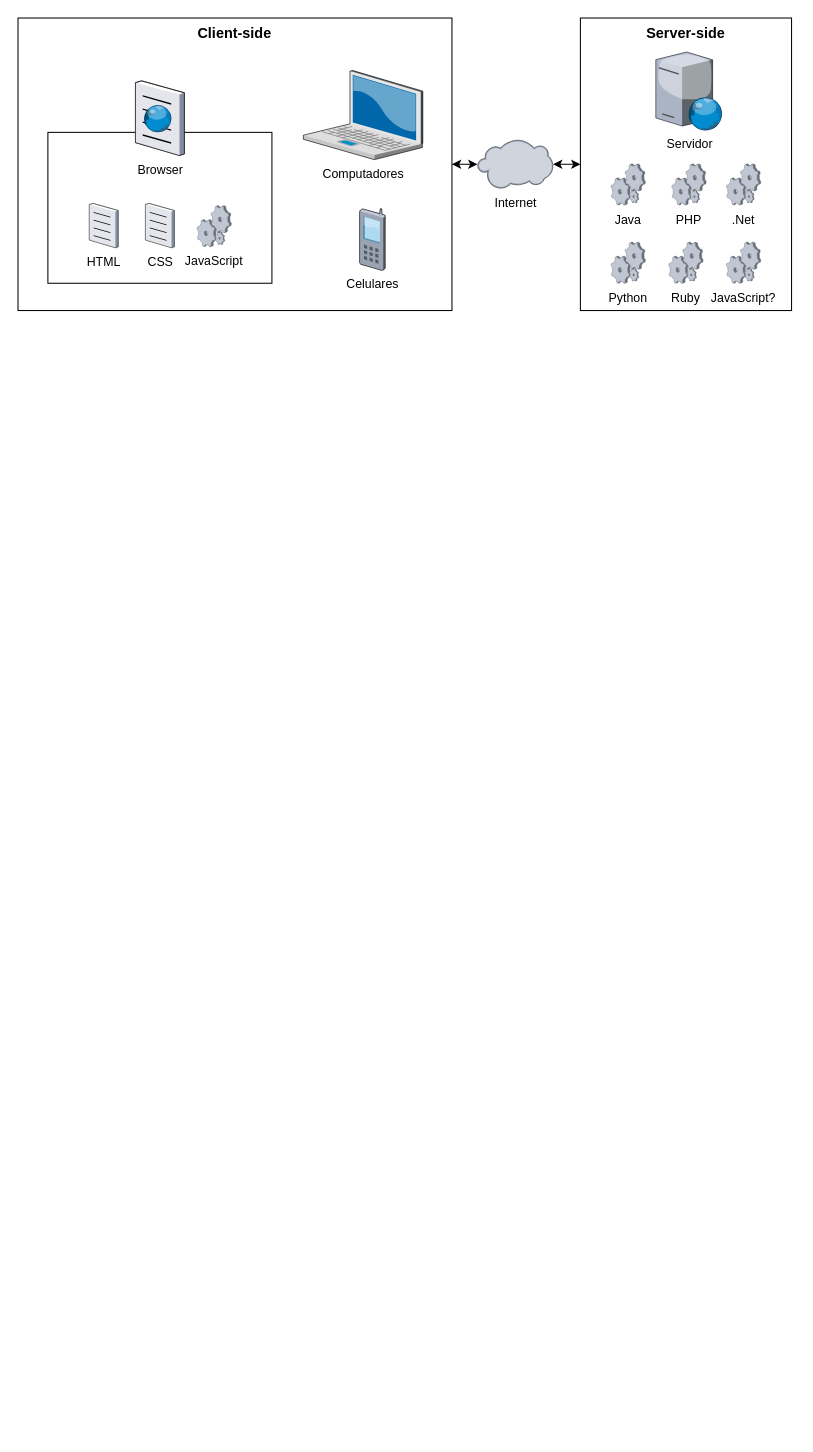
Earlier version of the draw.io diagram projeto/IFPR.drawio (lgapontes/ifpr). Source tidied: cells renumbered, new cells numbered last; positions are measured from the earlier drawing's top-left corner, leaving out a move shared by most shapes. Both pictures are drawn from the tidied source at 103%, with x=0, y=0 at pixel (18, 18).
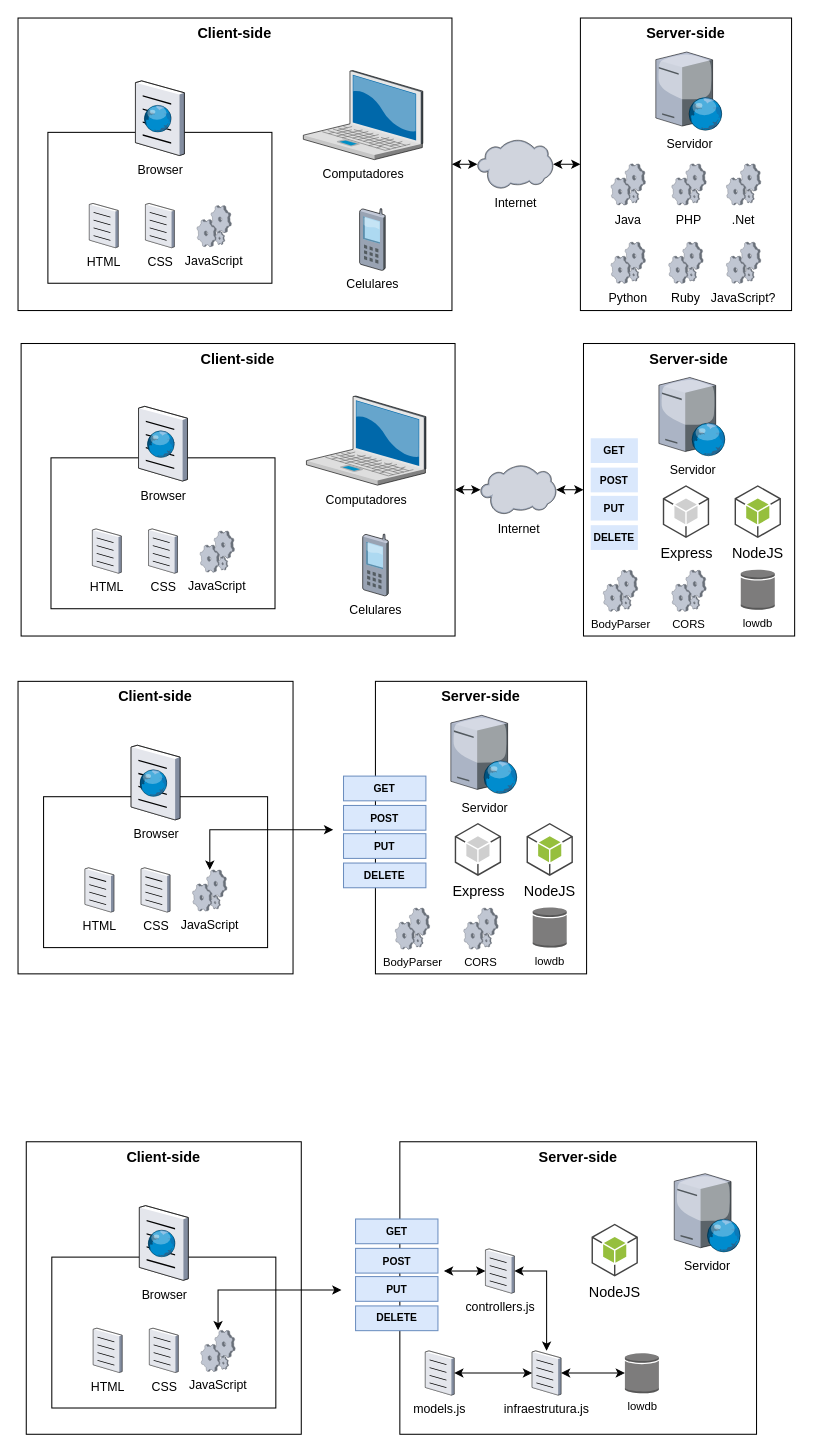
The same page after the edit.

The edit, as a diff of the source:
```diff
@@
+    <mxCell id="21" value="Server-side" style="rounded=0;whiteSpace=wrap;html=1;verticalAlign=top;fontStyle=1;fontSize=14;" parent="1" vertex="1">
+      <mxGeometry x="549" y="316" width="205" height="284" as="geometry" />
+    </mxCell>
+    <mxCell id="22" style="edgeStyle=orthogonalEdgeStyle;rounded=0;jettySize=auto;html=1;exitX=1;exitY=0.5;exitDx=0;exitDy=0;fontSize=14;startArrow=classic;startFill=1;" parent="1" edge="1" source="23" target="33">
+      <mxGeometry relative="1" as="geometry" />
+    </mxCell>
+    <mxCell id="23" value="Client-side" style="rounded=0;whiteSpace=wrap;html=1;verticalAlign=top;fontStyle=1;fontSize=14;" parent="1" vertex="1">
+      <mxGeometry x="3" y="316" width="421.3" height="284" as="geometry" />
+    </mxCell>
+    <mxCell id="24" style="rounded=0;whiteSpace=wrap;html=1;" parent="1" vertex="1">
+      <mxGeometry x="32" y="427" width="217.5" height="146.5" as="geometry" />
+    </mxCell>
+    <mxCell id="25" value="Servidor" style="verticalLabelPosition=bottom;html=1;verticalAlign=top;strokeColor=none;align=center;shape=mxgraph.citrix.web_server;" parent="1" vertex="1">
+      <mxGeometry x="622.2" y="349" width="64.6" height="76" as="geometry" />
+    </mxCell>
+    <mxCell id="26" value="Computadores" style="verticalLabelPosition=bottom;html=1;verticalAlign=top;strokeColor=none;align=center;shape=mxgraph.citrix.laptop_2;" parent="1" vertex="1">
+      <mxGeometry x="280" y="367" width="116" height="86.5" as="geometry" />
+    </mxCell>
+    <mxCell id="27" value="Browser" style="verticalLabelPosition=bottom;html=1;verticalAlign=top;strokeColor=none;align=center;shape=mxgraph.citrix.browser;" parent="1" vertex="1">
+      <mxGeometry x="117" y="377" width="47.5" height="72.5" as="geometry" />
+    </mxCell>
+    <mxCell id="28" value="Celulares" style="verticalLabelPosition=bottom;html=1;verticalAlign=top;strokeColor=none;align=center;shape=mxgraph.citrix.cell_phone;" parent="1" vertex="1">
+      <mxGeometry x="334.5" y="501" width="25" height="60" as="geometry" />
+    </mxCell>
+    <mxCell id="29" value="JavaScript" style="verticalLabelPosition=bottom;html=1;verticalAlign=top;strokeColor=none;align=center;shape=mxgraph.citrix.process;" parent="1" vertex="1">
+      <mxGeometry x="176.7" y="498" width="33.5" height="40" as="geometry" />
+    </mxCell>
+    <mxCell id="30" value="HTML" style="verticalLabelPosition=bottom;html=1;verticalAlign=top;strokeColor=none;align=center;shape=mxgraph.citrix.document;" parent="1" vertex="1">
+      <mxGeometry x="72.2" y="496" width="28.1" height="43" as="geometry" />
+    </mxCell>
+    <mxCell id="31" value="CSS" style="verticalLabelPosition=bottom;html=1;verticalAlign=top;strokeColor=none;align=center;shape=mxgraph.citrix.document;" parent="1" vertex="1">
+      <mxGeometry x="126.7" y="496" width="28.1" height="43" as="geometry" />
+    </mxCell>
+    <mxCell id="32" style="edgeStyle=orthogonalEdgeStyle;rounded=0;jettySize=auto;html=1;entryX=0;entryY=0.5;entryDx=0;entryDy=0;startArrow=classic;startFill=1;fontSize=14;" parent="1" edge="1" source="33" target="21">
+      <mxGeometry relative="1" as="geometry" />
+    </mxCell>
+    <mxCell id="33" value="Internet" style="verticalLabelPosition=bottom;html=1;verticalAlign=top;strokeColor=none;align=center;outlineConnect=0;shape=mxgraph.citrix.cloud;" parent="1" vertex="1">
+      <mxGeometry x="449" y="434" width="73.5" height="48" as="geometry" />
+    </mxCell>
+    <mxCell id="34" value="Express" style="dashed=0;verticalLabelPosition=bottom;verticalAlign=top;align=center;html=1;shape=mxgraph.aws3.android;fillColor=#CFCFCF;gradientColor=none;fontSize=14;" parent="1" vertex="1">
+      <mxGeometry x="626" y="453.5" width="45" height="51.4" as="geometry" />
+    </mxCell>
+    <mxCell id="35" value="NodeJS" style="dashed=0;verticalLabelPosition=bottom;verticalAlign=top;align=center;html=1;shape=mxgraph.aws3.android;fillColor=#96BF3D;gradientColor=none;fontSize=14;" parent="1" vertex="1">
+      <mxGeometry x="695.7" y="453.5" width="45" height="51.4" as="geometry" />
+    </mxCell>
+    <mxCell id="36" value="GET" style="rounded=0;whiteSpace=wrap;html=1;fontSize=10;fillColor=#dae8fc;strokeColor=none;fontStyle=1;" parent="1" vertex="1">
+      <mxGeometry x="556" y="408" width="45.8" height="24" as="geometry" />
+    </mxCell>
+    <mxCell id="37" value="POST" style="rounded=0;whiteSpace=wrap;html=1;fontSize=10;fillColor=#dae8fc;strokeColor=none;fontStyle=1;" parent="1" vertex="1">
+      <mxGeometry x="556" y="436.5" width="45.8" height="24" as="geometry" />
+    </mxCell>
+    <mxCell id="38" value="PUT" style="rounded=0;whiteSpace=wrap;html=1;fontSize=10;fillColor=#dae8fc;strokeColor=none;fontStyle=1;" parent="1" vertex="1">
+      <mxGeometry x="556" y="463.9" width="45.8" height="24" as="geometry" />
+    </mxCell>
+    <mxCell id="39" value="DELETE" style="rounded=0;whiteSpace=wrap;html=1;fontSize=10;fillColor=#dae8fc;strokeColor=none;fontStyle=1;" parent="1" vertex="1">
+      <mxGeometry x="556" y="492.4" width="45.8" height="24" as="geometry" />
+    </mxCell>
+    <mxCell id="40" value="BodyParser" style="verticalLabelPosition=bottom;html=1;verticalAlign=top;strokeColor=none;align=center;shape=mxgraph.citrix.process;fontSize=11;" parent="1" vertex="1">
+      <mxGeometry x="568.2" y="536" width="33.5" height="40" as="geometry" />
+    </mxCell>
+    <mxCell id="41" value="CORS" style="verticalLabelPosition=bottom;html=1;verticalAlign=top;strokeColor=none;align=center;shape=mxgraph.citrix.process;fontSize=11;" parent="1" vertex="1">
+      <mxGeometry x="634.7" y="536" width="33.5" height="40" as="geometry" />
+    </mxCell>
+    <mxCell id="42" value="lowdb" style="dashed=0;verticalLabelPosition=bottom;verticalAlign=top;align=center;html=1;shape=mxgraph.aws3.generic_database;fillColor=#7D7C7C;gradientColor=none;fontSize=11;" parent="1" vertex="1">
+      <mxGeometry x="701.7" y="535" width="33" height="39.5" as="geometry" />
+    </mxCell>
+    <mxCell id="43" value="Server-side" style="rounded=0;whiteSpace=wrap;html=1;verticalAlign=top;fontStyle=1;fontSize=14;" parent="1" vertex="1">
+      <mxGeometry x="347" y="644" width="205" height="284" as="geometry" />
+    </mxCell>
+    <mxCell id="44" value="Client-side" style="rounded=0;whiteSpace=wrap;html=1;verticalAlign=top;fontStyle=1;fontSize=14;" parent="1" vertex="1">
+      <mxGeometry y="644" width="267" height="284" as="geometry" />
+    </mxCell>
+    <mxCell id="45" style="rounded=0;whiteSpace=wrap;html=1;" parent="1" vertex="1">
+      <mxGeometry x="24.8" y="756" width="217.5" height="146.5" as="geometry" />
+    </mxCell>
+    <mxCell id="46" value="Servidor" style="verticalLabelPosition=bottom;html=1;verticalAlign=top;strokeColor=none;align=center;shape=mxgraph.citrix.web_server;" parent="1" vertex="1">
+      <mxGeometry x="420.2" y="677" width="64.6" height="76" as="geometry" />
+    </mxCell>
+    <mxCell id="47" value="Browser" style="verticalLabelPosition=bottom;html=1;verticalAlign=top;strokeColor=none;align=center;shape=mxgraph.citrix.browser;" parent="1" vertex="1">
+      <mxGeometry x="109.8" y="706" width="47.5" height="72.5" as="geometry" />
+    </mxCell>
+    <mxCell id="48" style="edgeStyle=orthogonalEdgeStyle;rounded=0;jettySize=auto;html=1;startArrow=classic;startFill=1;fontSize=11;" parent="1" edge="1" source="49">
+      <mxGeometry relative="1" as="geometry">
+        <mxPoint x="306" y="788" as="targetPoint" />
+        <Array as="points">
+          <mxPoint x="186" y="788" />
+        </Array>
+      </mxGeometry>
+    </mxCell>
+    <mxCell id="49" value="JavaScript" style="verticalLabelPosition=bottom;html=1;verticalAlign=top;strokeColor=none;align=center;outlineConnect=0;shape=mxgraph.citrix.process;" parent="1" vertex="1">
+      <mxGeometry x="169.4" y="827" width="33.5" height="40" as="geometry" />
+    </mxCell>
+    <mxCell id="50" value="HTML" style="verticalLabelPosition=bottom;html=1;verticalAlign=top;strokeColor=none;align=center;shape=mxgraph.citrix.document;" parent="1" vertex="1">
+      <mxGeometry x="65" y="825" width="28.1" height="43" as="geometry" />
+    </mxCell>
+    <mxCell id="51" value="CSS" style="verticalLabelPosition=bottom;html=1;verticalAlign=top;strokeColor=none;align=center;shape=mxgraph.citrix.document;" parent="1" vertex="1">
+      <mxGeometry x="119.5" y="825" width="28.1" height="43" as="geometry" />
+    </mxCell>
+    <mxCell id="52" value="Express" style="dashed=0;verticalLabelPosition=bottom;verticalAlign=top;align=center;html=1;shape=mxgraph.aws3.android;fillColor=#CFCFCF;gradientColor=none;fontSize=14;" parent="1" vertex="1">
+      <mxGeometry x="424" y="781.5" width="45" height="51.4" as="geometry" />
+    </mxCell>
+    <mxCell id="53" value="NodeJS" style="dashed=0;verticalLabelPosition=bottom;verticalAlign=top;align=center;html=1;shape=mxgraph.aws3.android;fillColor=#96BF3D;gradientColor=none;fontSize=14;" parent="1" vertex="1">
+      <mxGeometry x="493.7" y="781.5" width="45" height="51.4" as="geometry" />
+    </mxCell>
+    <mxCell id="54" value="GET" style="rounded=0;whiteSpace=wrap;html=1;fontSize=10;fillColor=#dae8fc;strokeColor=#6c8ebf;fontStyle=1;" parent="1" vertex="1">
+      <mxGeometry x="316" y="736" width="80" height="24" as="geometry" />
+    </mxCell>
+    <mxCell id="55" value="POST" style="rounded=0;whiteSpace=wrap;html=1;fontSize=10;fillColor=#dae8fc;strokeColor=#6c8ebf;fontStyle=1;" parent="1" vertex="1">
+      <mxGeometry x="316" y="764.5" width="80" height="24" as="geometry" />
+    </mxCell>
+    <mxCell id="56" value="PUT" style="rounded=0;whiteSpace=wrap;html=1;fontSize=10;fillColor=#dae8fc;strokeColor=#6c8ebf;fontStyle=1;" parent="1" vertex="1">
+      <mxGeometry x="316" y="791.9" width="80" height="24" as="geometry" />
+    </mxCell>
+    <mxCell id="57" value="DELETE" style="rounded=0;whiteSpace=wrap;html=1;fontSize=10;fillColor=#dae8fc;strokeColor=#6c8ebf;fontStyle=1;" parent="1" vertex="1">
+      <mxGeometry x="316" y="820.4" width="80" height="24" as="geometry" />
+    </mxCell>
+    <mxCell id="58" value="BodyParser" style="verticalLabelPosition=bottom;html=1;verticalAlign=top;strokeColor=none;align=center;shape=mxgraph.citrix.process;fontSize=11;" parent="1" vertex="1">
+      <mxGeometry x="366.2" y="864" width="33.5" height="40" as="geometry" />
+    </mxCell>
+    <mxCell id="59" value="CORS" style="verticalLabelPosition=bottom;html=1;verticalAlign=top;strokeColor=none;align=center;shape=mxgraph.citrix.process;fontSize=11;" parent="1" vertex="1">
+      <mxGeometry x="432.7" y="864" width="33.5" height="40" as="geometry" />
+    </mxCell>
+    <mxCell id="60" value="lowdb" style="dashed=0;verticalLabelPosition=bottom;verticalAlign=top;align=center;html=1;shape=mxgraph.aws3.generic_database;fillColor=#7D7C7C;gradientColor=none;fontSize=11;" parent="1" vertex="1">
+      <mxGeometry x="499.7" y="863" width="33" height="39.5" as="geometry" />
+    </mxCell>
+    <mxCell id="61" value="Server-side" style="rounded=0;whiteSpace=wrap;html=1;verticalAlign=top;fontStyle=1;fontSize=14;" parent="1" vertex="1">
+      <mxGeometry x="370.7" y="1091" width="346.3" height="284" as="geometry" />
+    </mxCell>
+    <mxCell id="62" value="Servidor" style="verticalLabelPosition=bottom;html=1;verticalAlign=top;strokeColor=none;align=center;shape=mxgraph.citrix.web_server;" parent="1" vertex="1">
+      <mxGeometry x="637.1" y="1122" width="64.6" height="76" as="geometry" />
+    </mxCell>
+    <mxCell id="63" value="models.js" style="verticalLabelPosition=bottom;html=1;verticalAlign=top;strokeColor=none;align=center;outlineConnect=0;shape=mxgraph.citrix.document;" parent="1" vertex="1">
+      <mxGeometry x="395.4" y="1294" width="28.1" height="43" as="geometry" />
+    </mxCell>
+    <mxCell id="64" style="edgeStyle=orthogonalEdgeStyle;rounded=0;jettySize=auto;html=1;startArrow=classic;startFill=1;fontSize=11;" parent="1" edge="1" source="66" target="75">
+      <mxGeometry relative="1" as="geometry" />
+    </mxCell>
+    <mxCell id="65" style="edgeStyle=orthogonalEdgeStyle;rounded=0;jettySize=auto;html=1;startArrow=classic;startFill=1;fontSize=11;" parent="1" edge="1" source="66">
+      <mxGeometry relative="1" as="geometry">
+        <mxPoint x="413.5" y="1216.5" as="targetPoint" />
+      </mxGeometry>
+    </mxCell>
+    <mxCell id="66" value="controllers.js" style="verticalLabelPosition=bottom;html=1;verticalAlign=top;strokeColor=none;align=center;outlineConnect=0;shape=mxgraph.citrix.document;" parent="1" vertex="1">
+      <mxGeometry x="453.8" y="1195" width="28.1" height="43" as="geometry" />
+    </mxCell>
+    <mxCell id="67" value="NodeJS" style="dashed=0;verticalLabelPosition=bottom;verticalAlign=top;align=center;html=1;shape=mxgraph.aws3.android;fillColor=#96BF3D;gradientColor=none;fontSize=14;" parent="1" vertex="1">
+      <mxGeometry x="556.8" y="1170.5" width="45" height="51.4" as="geometry" />
+    </mxCell>
+    <mxCell id="68" value="GET" style="rounded=0;whiteSpace=wrap;html=1;fontSize=10;fillColor=#dae8fc;strokeColor=#6c8ebf;fontStyle=1;" parent="1" vertex="1">
+      <mxGeometry x="327.7" y="1166" width="80" height="24" as="geometry" />
+    </mxCell>
+    <mxCell id="69" value="POST" style="rounded=0;whiteSpace=wrap;html=1;fontSize=10;fillColor=#dae8fc;strokeColor=#6c8ebf;fontStyle=1;" parent="1" vertex="1">
+      <mxGeometry x="327.7" y="1194.5" width="80" height="24" as="geometry" />
+    </mxCell>
+    <mxCell id="70" value="PUT" style="rounded=0;whiteSpace=wrap;html=1;fontSize=10;fillColor=#dae8fc;strokeColor=#6c8ebf;fontStyle=1;" parent="1" vertex="1">
+      <mxGeometry x="327.7" y="1221.9" width="80" height="24" as="geometry" />
+    </mxCell>
+    <mxCell id="71" value="DELETE" style="rounded=0;whiteSpace=wrap;html=1;fontSize=10;fillColor=#dae8fc;strokeColor=#6c8ebf;fontStyle=1;" parent="1" vertex="1">
+      <mxGeometry x="327.7" y="1250.4" width="80" height="24" as="geometry" />
+    </mxCell>
+    <mxCell id="72" value="lowdb" style="outlineConnect=0;dashed=0;verticalLabelPosition=bottom;verticalAlign=top;align=center;html=1;shape=mxgraph.aws3.generic_database;fillColor=#7D7C7C;gradientColor=none;fontSize=11;" parent="1" vertex="1">
+      <mxGeometry x="589.2" y="1295.8" width="33" height="39.5" as="geometry" />
+    </mxCell>
+    <mxCell id="73" style="edgeStyle=orthogonalEdgeStyle;rounded=0;jettySize=auto;html=1;startArrow=classic;startFill=1;fontSize=11;" parent="1" edge="1" source="75" target="72">
+      <mxGeometry relative="1" as="geometry" />
+    </mxCell>
+    <mxCell id="74" style="edgeStyle=orthogonalEdgeStyle;rounded=0;jettySize=auto;html=1;startArrow=classic;startFill=1;fontSize=11;" parent="1" edge="1" source="75" target="63">
+      <mxGeometry relative="1" as="geometry" />
+    </mxCell>
+    <mxCell id="75" value="infraestrutura.js" style="verticalLabelPosition=bottom;html=1;verticalAlign=top;strokeColor=none;align=center;outlineConnect=0;shape=mxgraph.citrix.document;" parent="1" vertex="1">
+      <mxGeometry x="499.1" y="1294" width="28.1" height="43" as="geometry" />
+    </mxCell>
+    <mxCell id="76" value="Client-side" style="rounded=0;whiteSpace=wrap;html=1;verticalAlign=top;fontStyle=1;fontSize=14;" parent="1" vertex="1">
+      <mxGeometry x="8" y="1091" width="267" height="284" as="geometry" />
+    </mxCell>
+    <mxCell id="77" style="rounded=0;whiteSpace=wrap;html=1;" parent="1" vertex="1">
+      <mxGeometry x="32.8" y="1203" width="217.5" height="146.5" as="geometry" />
+    </mxCell>
+    <mxCell id="78" value="Browser" style="verticalLabelPosition=bottom;html=1;verticalAlign=top;strokeColor=none;align=center;shape=mxgraph.citrix.browser;" parent="1" vertex="1">
+      <mxGeometry x="117.8" y="1153" width="47.5" height="72.5" as="geometry" />
+    </mxCell>
+    <mxCell id="79" style="edgeStyle=orthogonalEdgeStyle;rounded=0;jettySize=auto;html=1;startArrow=classic;startFill=1;fontSize=11;" parent="1" edge="1" source="80">
+      <mxGeometry relative="1" as="geometry">
+        <mxPoint x="314" y="1235" as="targetPoint" />
+        <Array as="points">
+          <mxPoint x="194" y="1235" />
+        </Array>
+      </mxGeometry>
+    </mxCell>
+    <mxCell id="80" value="JavaScript" style="verticalLabelPosition=bottom;html=1;verticalAlign=top;strokeColor=none;align=center;outlineConnect=0;shape=mxgraph.citrix.process;" parent="1" vertex="1">
+      <mxGeometry x="177.4" y="1274" width="33.5" height="40" as="geometry" />
+    </mxCell>
+    <mxCell id="81" value="HTML" style="verticalLabelPosition=bottom;html=1;verticalAlign=top;strokeColor=none;align=center;shape=mxgraph.citrix.document;" parent="1" vertex="1">
+      <mxGeometry x="73" y="1272" width="28.1" height="43" as="geometry" />
+    </mxCell>
+    <mxCell id="82" value="CSS" style="verticalLabelPosition=bottom;html=1;verticalAlign=top;strokeColor=none;align=center;shape=mxgraph.citrix.document;" parent="1" vertex="1">
+      <mxGeometry x="127.5" y="1272" width="28.1" height="43" as="geometry" />
+    </mxCell>
```
